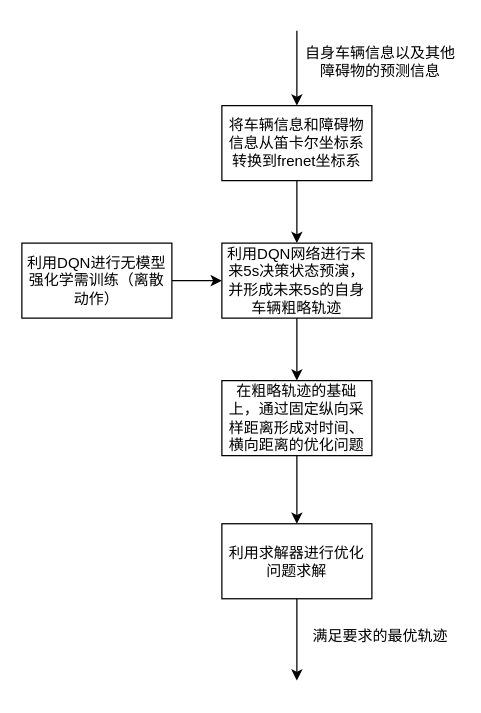
Above: Untitled Diagram.drawio in wanyinhai/CFS (draw.io), before the change. Source tidied: cells renumbered, new cells numbered last; positions are measured from the earlier drawing's top-left corner, leaving out a move shared by most shapes. Both pictures are drawn from the tidied source at 125%, with x=0, y=0 at pixel (21, 30).
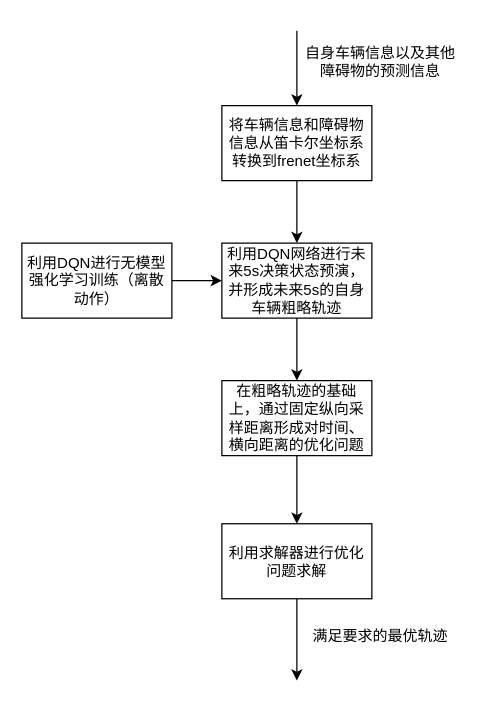
The same page after the edit.

The edit, as a diff of the source:
```diff
@@
 <mxGraphModel>
   <root>
     <mxCell id="0" />
     <mxCell id="1" parent="0" />
     <mxCell id="2" value="将车辆信息和障碍物信息从笛卡尔坐标系转换到frenet坐标系" style="rounded=0;whiteSpace=wrap;html=1;" parent="1" vertex="1">
       <mxGeometry x="160" y="60" width="120" height="60" as="geometry" />
     </mxCell>
     <mxCell id="3" style="endArrow=classic;html=1;rounded=0;entryX=0.5;entryY=0;entryDx=0;entryDy=0;" parent="1" edge="1" target="2">
       <mxGeometry relative="1" as="geometry">
         <mxPoint x="220" as="sourcePoint" />
       </mxGeometry>
     </mxCell>
     <mxCell id="4" value="自身车辆信息以及其他障碍物的预测信息" style="text;html=1;strokeColor=none;fillColor=none;align=center;verticalAlign=middle;whiteSpace=wrap;rounded=0;" parent="1" vertex="1">
       <mxGeometry x="224" y="10" width="126" height="30" as="geometry" />
     </mxCell>
     <mxCell id="5" style="endArrow=classic;html=1;rounded=0;exitX=0.5;exitY=1;exitDx=0;exitDy=0;entryX=0.5;entryY=0;entryDx=0;entryDy=0;" parent="1" edge="1" source="2" target="6">
       <mxGeometry relative="1" as="geometry" />
     </mxCell>
     <mxCell id="6" value="利用DQN网络进行未来5s决策状态预演，并形成未来5s的自身车辆粗略轨迹" style="rounded=0;whiteSpace=wrap;html=1;" parent="1" vertex="1">
       <mxGeometry x="160" y="170" width="120" height="60" as="geometry" />
     </mxCell>
     <mxCell id="7" style="endArrow=classic;html=1;rounded=0;entryX=0;entryY=0.5;entryDx=0;entryDy=0;exitX=1;exitY=0.5;exitDx=0;exitDy=0;" parent="1" edge="1" source="8" target="6">
       <mxGeometry relative="1" as="geometry" />
     </mxCell>
-    <mxCell id="8" value="利用DQN进行无模型强化学需训练（离散动作）" style="rounded=0;whiteSpace=wrap;html=1;" parent="1" vertex="1">
+    <mxCell id="8" value="利用DQN进行无模型强化学习训练（离散动作）" style="rounded=0;whiteSpace=wrap;html=1;" parent="1" vertex="1">
       <mxGeometry y="170" width="120" height="60" as="geometry" />
     </mxCell>
     <mxCell id="9" style="endArrow=classic;html=1;rounded=0;exitX=0.5;exitY=1;exitDx=0;exitDy=0;entryX=0.5;entryY=0;entryDx=0;entryDy=0;" parent="1" edge="1" source="6" target="10">
       <mxGeometry relative="1" as="geometry" />
     </mxCell>
     <mxCell id="10" value="在粗略轨迹的基础上，通过固定纵向采样距离形成对时间、横向距离的优化问题" style="rounded=0;whiteSpace=wrap;html=1;" parent="1" vertex="1">
       <mxGeometry x="160" y="280" width="120" height="60" as="geometry" />
     </mxCell>
     <mxCell id="11" style="endArrow=classic;html=1;rounded=0;exitX=0.5;exitY=1;exitDx=0;exitDy=0;" parent="1" edge="1" source="10" target="12">
       <mxGeometry relative="1" as="geometry" />
     </mxCell>
     <mxCell id="12" value="利用求解器进行优化问题求解" style="rounded=0;whiteSpace=wrap;html=1;" parent="1" vertex="1">
       <mxGeometry x="160" y="394.5" width="120" height="60" as="geometry" />
     </mxCell>
     <mxCell id="13" style="endArrow=classic;html=1;rounded=0;exitX=0.5;exitY=1;exitDx=0;exitDy=0;" parent="1" edge="1" source="12">
       <mxGeometry relative="1" as="geometry">
         <mxPoint x="220" y="520" as="targetPoint" />
       </mxGeometry>
     </mxCell>
     <mxCell id="14" value="满足要求的最优轨迹" style="text;html=1;strokeColor=none;fillColor=none;align=center;verticalAlign=middle;whiteSpace=wrap;rounded=0;" parent="1" vertex="1">
       <mxGeometry x="224" y="470" width="126" height="30" as="geometry" />
     </mxCell>
   </root>
 </mxGraphModel>
```
